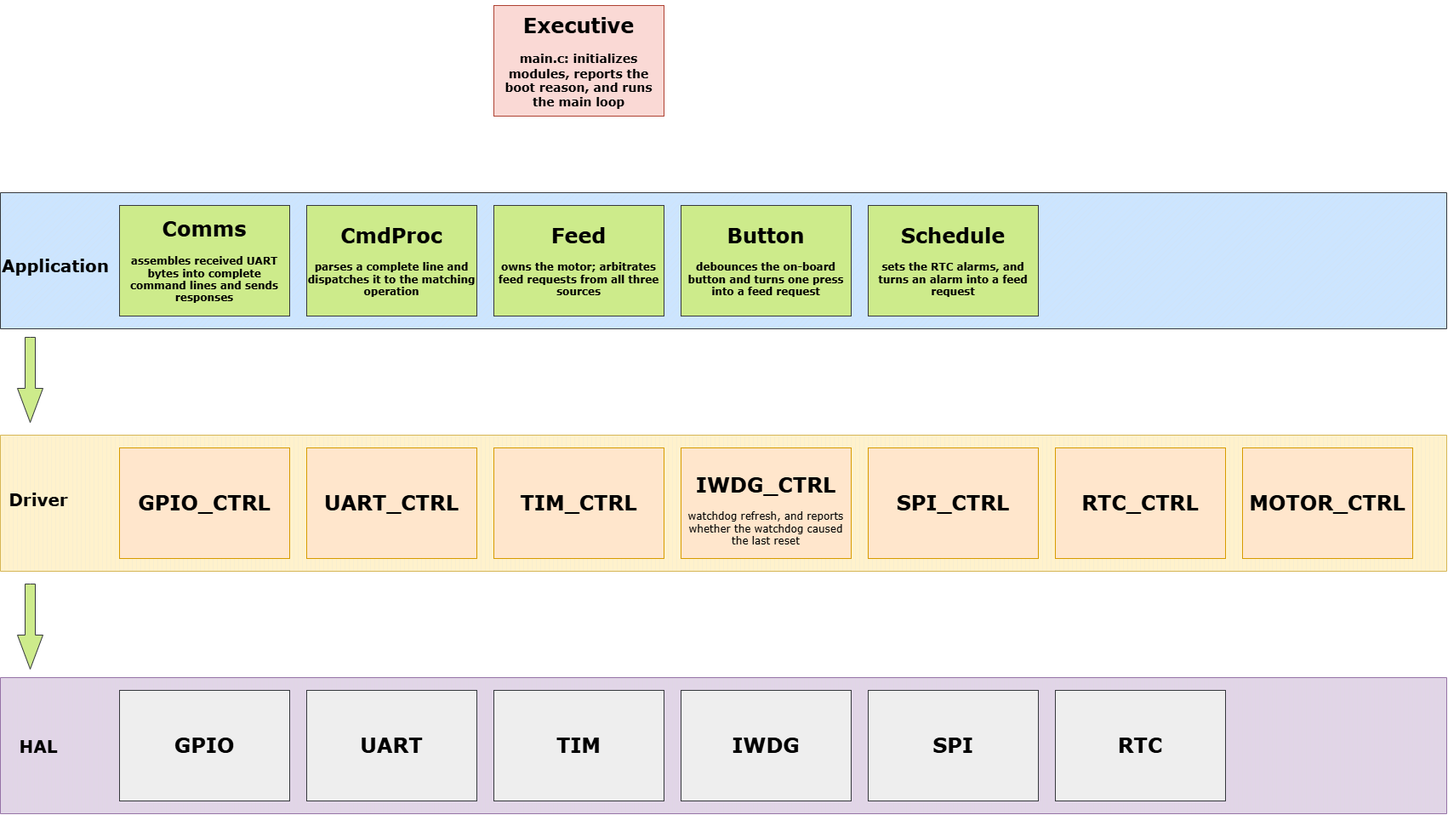
Before: docs/Layered Architecture.png, a diagram exported from draw.io (yuheng2002/FelineGuard). Source tidied: cells renumbered, new cells last; positions are measured from the earlier drawing's top-left corner, leaving out a move shared by most shapes. Its diagram source:
```xml
<mxGraphModel>
  <root>
    <mxCell id="0" />
    <mxCell id="1" parent="0" />
    <mxCell id="2" style="verticalLabelPosition=bottom;verticalAlign=top;html=1;shape=mxgraph.basic.patternFillRect;fillStyle=diag;step=5;fillStrokeWidth=0.2;fillStrokeColor=#dddddd;fontFamily=Verdana;fillColor=#cce5ff;strokeColor=#36393d;" parent="1" vertex="1">
      <mxGeometry y="220" width="1700" height="160" as="geometry" />
    </mxCell>
    <mxCell id="3" style="verticalLabelPosition=bottom;verticalAlign=bottom;html=1;shape=mxgraph.basic.patternFillRect;fillStyle=vert;step=5;fillStrokeWidth=0.2;fillStrokeColor=#dddddd;fontFamily=Verdana;fontSize=12;fontStyle=0;align=center;fillColor=#fff2cc;strokeColor=#d6b656;" parent="1" vertex="1">
      <mxGeometry y="505" width="1700" height="160" as="geometry" />
    </mxCell>
    <mxCell id="4" style="verticalLabelPosition=bottom;verticalAlign=top;html=1;shape=mxgraph.basic.patternFillRect;fillStyle=vert;step=5;fillStrokeWidth=0.2;fillStrokeColor=#dddddd;fontFamily=Verdana;fillColor=#e1d5e7;strokeColor=#9673a6;" parent="1" vertex="1">
      <mxGeometry y="790" width="1700" height="160" as="geometry" />
    </mxCell>
    <mxCell id="5" value="&lt;h1&gt;&lt;font style=&quot;font-size: 20px;&quot;&gt;Driver&lt;/font&gt;&lt;/h1&gt;" style="text;html=1;whiteSpace=wrap;strokeColor=none;fillColor=none;align=center;verticalAlign=middle;rounded=0;fontFamily=Verdana;" parent="1" vertex="1">
      <mxGeometry y="545" width="90" height="70" as="geometry" />
    </mxCell>
    <mxCell id="6" value="&lt;h1&gt;&lt;font style=&quot;font-size: 20px;&quot;&gt;HAL&lt;/font&gt;&lt;/h1&gt;" style="text;html=1;whiteSpace=wrap;strokeColor=none;fillColor=none;align=center;verticalAlign=middle;rounded=0;fontFamily=Verdana;" parent="1" vertex="1">
      <mxGeometry y="835" width="90" height="70" as="geometry" />
    </mxCell>
    <mxCell id="7" value="&lt;h1&gt;&lt;font style=&quot;font-size: 20px;&quot;&gt;Application&lt;/font&gt;&lt;/h1&gt;" style="text;html=1;whiteSpace=wrap;strokeColor=none;fillColor=none;align=center;verticalAlign=middle;rounded=0;fontFamily=Verdana;" parent="1" vertex="1">
      <mxGeometry y="270" width="130" height="70" as="geometry" />
    </mxCell>
    <mxCell id="8" value="&lt;h1&gt;&lt;font&gt;UART_CTRL&lt;/font&gt;&lt;/h1&gt;" style="rounded=0;whiteSpace=wrap;html=1;fillColor=#ffe6cc;strokeColor=#d79b00;fontFamily=Verdana;" parent="1" vertex="1">
      <mxGeometry x="360" y="520" width="200" height="130" as="geometry" />
    </mxCell>
    <mxCell id="9" value="&lt;h1&gt;&lt;font&gt;TIM_CTRL&lt;/font&gt;&lt;/h1&gt;" style="rounded=0;whiteSpace=wrap;html=1;fillColor=#ffe6cc;strokeColor=#d79b00;fontFamily=Verdana;" parent="1" vertex="1">
      <mxGeometry x="580" y="520" width="200" height="130" as="geometry" />
    </mxCell>
    <mxCell id="10" value="&lt;h1&gt;&lt;font&gt;RTC_CTRL&lt;/font&gt;&lt;/h1&gt;" style="rounded=0;whiteSpace=wrap;html=1;fillColor=#ffe6cc;strokeColor=#d79b00;fontFamily=Verdana;" parent="1" vertex="1">
      <mxGeometry x="1240" y="520" width="200" height="130" as="geometry" />
    </mxCell>
    <mxCell id="11" value="&lt;h1&gt;&lt;font&gt;GPIO_CTRL&lt;/font&gt;&lt;/h1&gt;" style="rounded=0;whiteSpace=wrap;html=1;fillColor=#ffe6cc;strokeColor=#d79b00;fontFamily=Verdana;" parent="1" vertex="1">
      <mxGeometry x="140" y="520" width="200" height="130" as="geometry" />
    </mxCell>
    <mxCell id="12" value="&lt;h1&gt;&lt;font&gt;SPI_CTRL&lt;/font&gt;&lt;/h1&gt;" style="rounded=0;whiteSpace=wrap;html=1;fillColor=#ffe6cc;strokeColor=#d79b00;fontFamily=Verdana;" parent="1" vertex="1">
      <mxGeometry x="1020" y="520" width="200" height="130" as="geometry" />
    </mxCell>
    <mxCell id="13" value="&lt;h1&gt;&lt;font&gt;Executive&lt;/font&gt;&lt;/h1&gt;&lt;h3&gt;&lt;code class=&quot;bg-text-200/5 border border-0.5 border-border-300 text-danger-000 whitespace-pre-wrap rounded-[0.4rem] px-1 py-px text-[0.9rem]&quot;&gt;&lt;font face=&quot;Verdana&quot;&gt;main.c&lt;/font&gt;&lt;/code&gt;: initializes modules, reports the boot reason, and runs the main loop&lt;/h3&gt;" style="rounded=0;whiteSpace=wrap;html=1;fontFamily=Verdana;fillColor=#fad9d5;strokeColor=#ae4132;" parent="1" vertex="1">
      <mxGeometry x="580" width="200" height="130" as="geometry" />
    </mxCell>
    <mxCell id="14" value="&lt;h1&gt;&lt;font&gt;GPIO&lt;/font&gt;&lt;/h1&gt;" style="rounded=0;whiteSpace=wrap;html=1;fillColor=#eeeeee;strokeColor=#36393d;fontFamily=Verdana;" parent="1" vertex="1">
      <mxGeometry x="140" y="805" width="200" height="130" as="geometry" />
    </mxCell>
    <mxCell id="15" value="&lt;h1&gt;&lt;font&gt;UART&lt;/font&gt;&lt;/h1&gt;" style="rounded=0;whiteSpace=wrap;html=1;fillColor=#eeeeee;strokeColor=#36393d;fontFamily=Verdana;" parent="1" vertex="1">
      <mxGeometry x="360" y="805" width="200" height="130" as="geometry" />
    </mxCell>
    <mxCell id="16" value="&lt;h1&gt;&lt;font&gt;RTC&lt;/font&gt;&lt;/h1&gt;" style="rounded=0;whiteSpace=wrap;html=1;fillColor=#eeeeee;strokeColor=#36393d;fontFamily=Verdana;" parent="1" vertex="1">
      <mxGeometry x="1240" y="805" width="200" height="130" as="geometry" />
    </mxCell>
    <mxCell id="17" value="&lt;h1&gt;&lt;font&gt;SPI&lt;/font&gt;&lt;/h1&gt;" style="rounded=0;whiteSpace=wrap;html=1;fillColor=#eeeeee;strokeColor=#36393d;fontFamily=Verdana;" parent="1" vertex="1">
      <mxGeometry x="1020" y="805" width="200" height="130" as="geometry" />
    </mxCell>
    <mxCell id="18" value="&lt;h1&gt;&lt;font&gt;IWDG&lt;/font&gt;&lt;/h1&gt;" style="rounded=0;whiteSpace=wrap;html=1;fillColor=#eeeeee;strokeColor=#36393d;fontFamily=Verdana;" parent="1" vertex="1">
      <mxGeometry x="800" y="805" width="200" height="130" as="geometry" />
    </mxCell>
    <mxCell id="19" value="&lt;h1&gt;&lt;font&gt;IWDG_CTRL&lt;/font&gt;&lt;/h1&gt;&lt;div&gt;&lt;font&gt;watchdog refresh, and reports whether the watchdog caused the last reset&lt;/font&gt;&lt;/div&gt;" style="rounded=0;whiteSpace=wrap;html=1;fillColor=#ffe6cc;strokeColor=#d79b00;fontFamily=Verdana;" parent="1" vertex="1">
      <mxGeometry x="800" y="520" width="200" height="130" as="geometry" />
    </mxCell>
    <mxCell id="20" value="&lt;h1&gt;&lt;font&gt;Comms&lt;/font&gt;&lt;/h1&gt;&lt;h4 style=&quot;&quot;&gt;&lt;font&gt;assembles received UART bytes into complete command lines and sends responses&lt;/font&gt;&lt;/h4&gt;" style="rounded=0;whiteSpace=wrap;html=1;fillColor=#cdeb8b;strokeColor=#36393d;fontFamily=Verdana;" parent="1" vertex="1">
      <mxGeometry x="140" y="235" width="200" height="130" as="geometry" />
    </mxCell>
    <mxCell id="21" value="&lt;h1&gt;&lt;font&gt;CmdProc&lt;/font&gt;&lt;/h1&gt;&lt;h4&gt;&lt;font&gt;parses a complete line and dispatches it to the matching operation&lt;/font&gt;&lt;/h4&gt;" style="rounded=0;whiteSpace=wrap;html=1;fillColor=#cdeb8b;strokeColor=#36393d;fontFamily=Verdana;" parent="1" vertex="1">
      <mxGeometry x="360" y="235" width="200" height="130" as="geometry" />
    </mxCell>
    <mxCell id="22" value="&lt;h1&gt;&lt;font&gt;Feed&lt;/font&gt;&lt;/h1&gt;&lt;h4&gt;&lt;font&gt;owns the motor; arbitrates feed requests from all three sources&lt;/font&gt;&lt;/h4&gt;" style="rounded=0;whiteSpace=wrap;html=1;fillColor=#cdeb8b;strokeColor=#36393d;fontFamily=Verdana;" parent="1" vertex="1">
      <mxGeometry x="580" y="235" width="200" height="130" as="geometry" />
    </mxCell>
    <mxCell id="23" value="&lt;h1&gt;&lt;font&gt;TIM&lt;/font&gt;&lt;/h1&gt;" style="rounded=0;whiteSpace=wrap;html=1;fillColor=#eeeeee;strokeColor=#36393d;fontFamily=Verdana;" parent="1" vertex="1">
      <mxGeometry x="580" y="805" width="200" height="130" as="geometry" />
    </mxCell>
    <mxCell id="24" value="&lt;h1&gt;&lt;font&gt;MOTOR_CTRL&lt;/font&gt;&lt;/h1&gt;" style="rounded=0;whiteSpace=wrap;html=1;fillColor=#ffe6cc;strokeColor=#d79b00;fontFamily=Verdana;" parent="1" vertex="1">
      <mxGeometry x="1460" y="520" width="200" height="130" as="geometry" />
    </mxCell>
    <mxCell id="25" style="html=1;shadow=0;dashed=0;align=center;verticalAlign=middle;shape=mxgraph.arrows2.arrow;dy=0.6;dx=40;direction=south;notch=0;fillColor=#cdeb8b;strokeColor=#36393d;fontFamily=Verdana;" parent="1" vertex="1">
      <mxGeometry x="20" y="680" width="30" height="100" as="geometry" />
    </mxCell>
    <mxCell id="26" style="html=1;shadow=0;dashed=0;align=center;verticalAlign=middle;shape=mxgraph.arrows2.arrow;dy=0.6;dx=40;direction=south;notch=0;fillColor=#cdeb8b;strokeColor=#36393d;fontFamily=Verdana;" parent="1" vertex="1">
      <mxGeometry x="20" y="390" width="30" height="100" as="geometry" />
    </mxCell>
    <mxCell id="27" value="&lt;h1&gt;&lt;font&gt;Button&lt;/font&gt;&lt;/h1&gt;&lt;h4&gt;debounces the on-board button and turns one press into a feed request&lt;/h4&gt;" style="rounded=0;whiteSpace=wrap;html=1;fillColor=#cdeb8b;strokeColor=#36393d;fontFamily=Verdana;" parent="1" vertex="1">
      <mxGeometry x="800" y="235" width="200" height="130" as="geometry" />
    </mxCell>
    <mxCell id="28" value="&lt;h1&gt;&lt;font face=&quot;Verdana&quot;&gt;Schedule&lt;/font&gt;&lt;/h1&gt;&lt;h4&gt;sets the RTC alarms, and turns an alarm into a feed request&lt;/h4&gt;" style="rounded=0;whiteSpace=wrap;html=1;fillColor=#cdeb8b;strokeColor=#36393d;fontFamily=Verdana;" parent="1" vertex="1">
      <mxGeometry x="1020" y="235" width="200" height="130" as="geometry" />
    </mxCell>
  </root>
</mxGraphModel>
```
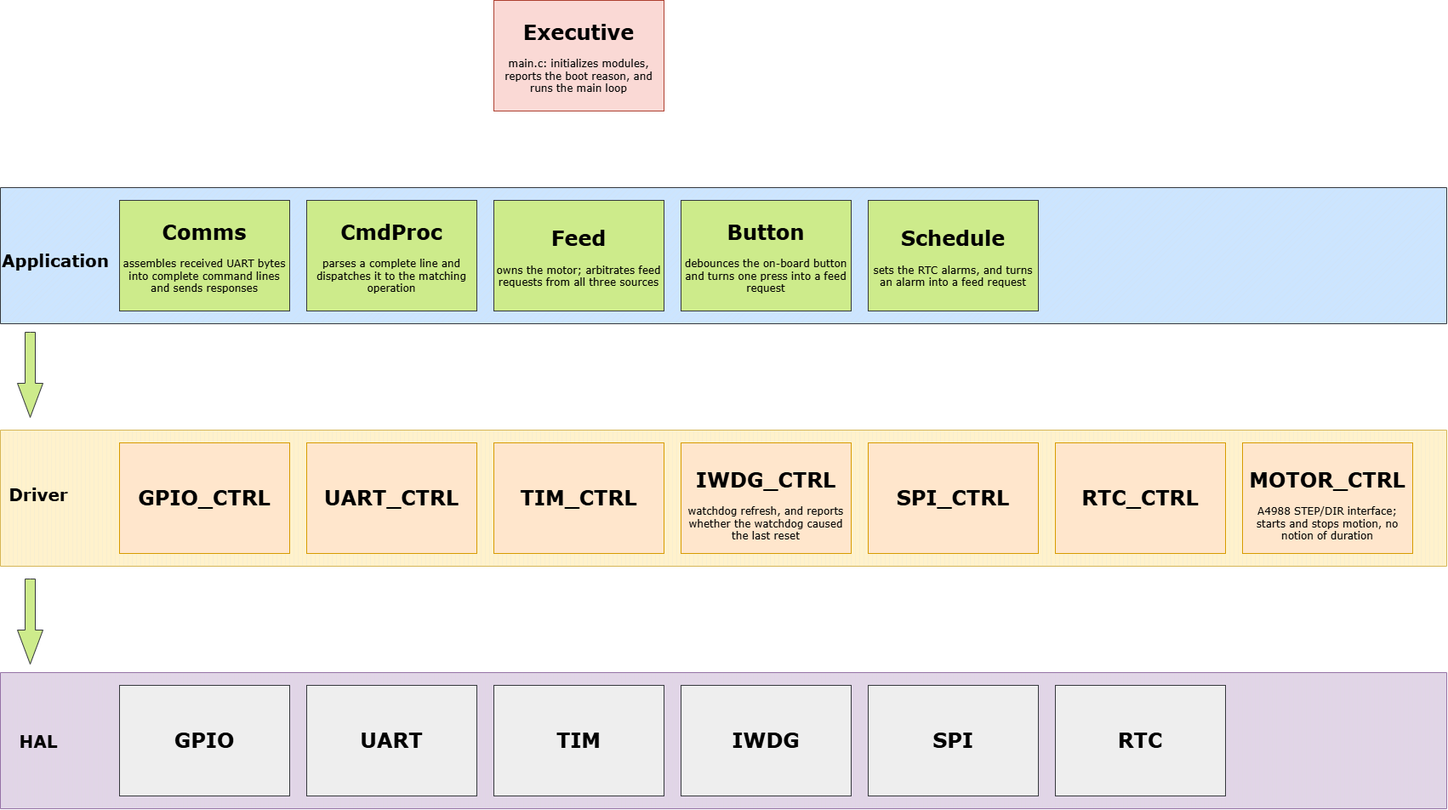
The same file after the commit.

Commit message:
add description to MOTOR_CTRL module

What changed in the source:
```diff
@@ -35,7 +35,7 @@
     <mxCell id="12" value="&lt;h1&gt;&lt;font&gt;SPI_CTRL&lt;/font&gt;&lt;/h1&gt;" style="rounded=0;whiteSpace=wrap;html=1;fillColor=#ffe6cc;strokeColor=#d79b00;fontFamily=Verdana;" parent="1" vertex="1">
       <mxGeometry x="1020" y="520" width="200" height="130" as="geometry" />
     </mxCell>
-    <mxCell id="13" value="&lt;h1&gt;&lt;font&gt;Executive&lt;/font&gt;&lt;/h1&gt;&lt;h3&gt;&lt;code class=&quot;bg-text-200/5 border border-0.5 border-border-300 text-danger-000 whitespace-pre-wrap rounded-[0.4rem] px-1 py-px text-[0.9rem]&quot;&gt;&lt;font face=&quot;Verdana&quot;&gt;main.c&lt;/font&gt;&lt;/code&gt;: initializes modules, reports the boot reason, and runs the main loop&lt;/h3&gt;" style="rounded=0;whiteSpace=wrap;html=1;fontFamily=Verdana;fillColor=#fad9d5;strokeColor=#ae4132;" parent="1" vertex="1">
+    <mxCell id="13" value="&lt;h1&gt;&lt;font&gt;Executive&lt;/font&gt;&lt;/h1&gt;&lt;p&gt;&lt;code class=&quot;bg-text-200/5 border border-0.5 border-border-300 text-danger-000 whitespace-pre-wrap rounded-[0.4rem] px-1 py-px text-[0.9rem]&quot;&gt;&lt;font face=&quot;Verdana&quot;&gt;main.c&lt;/font&gt;&lt;/code&gt;: initializes modules, reports the boot reason, and runs the main loop&lt;/p&gt;" style="rounded=0;whiteSpace=wrap;html=1;fontFamily=Verdana;fillColor=#fad9d5;strokeColor=#ae4132;" parent="1" vertex="1">
       <mxGeometry x="580" width="200" height="130" as="geometry" />
     </mxCell>
     <mxCell id="14" value="&lt;h1&gt;&lt;font&gt;GPIO&lt;/font&gt;&lt;/h1&gt;" style="rounded=0;whiteSpace=wrap;html=1;fillColor=#eeeeee;strokeColor=#36393d;fontFamily=Verdana;" parent="1" vertex="1">
@@ -56,19 +56,19 @@
     <mxCell id="19" value="&lt;h1&gt;&lt;font&gt;IWDG_CTRL&lt;/font&gt;&lt;/h1&gt;&lt;div&gt;&lt;font&gt;watchdog refresh, and reports whether the watchdog caused the last reset&lt;/font&gt;&lt;/div&gt;" style="rounded=0;whiteSpace=wrap;html=1;fillColor=#ffe6cc;strokeColor=#d79b00;fontFamily=Verdana;" parent="1" vertex="1">
       <mxGeometry x="800" y="520" width="200" height="130" as="geometry" />
     </mxCell>
-    <mxCell id="20" value="&lt;h1&gt;&lt;font&gt;Comms&lt;/font&gt;&lt;/h1&gt;&lt;h4 style=&quot;&quot;&gt;&lt;font&gt;assembles received UART bytes into complete command lines and sends responses&lt;/font&gt;&lt;/h4&gt;" style="rounded=0;whiteSpace=wrap;html=1;fillColor=#cdeb8b;strokeColor=#36393d;fontFamily=Verdana;" parent="1" vertex="1">
+    <mxCell id="20" value="&lt;h1&gt;&lt;font&gt;Comms&lt;/font&gt;&lt;/h1&gt;&lt;p style=&quot;&quot;&gt;&lt;font&gt;assembles received UART bytes into complete command lines and sends responses&lt;/font&gt;&lt;/p&gt;" style="rounded=0;whiteSpace=wrap;html=1;fillColor=#cdeb8b;strokeColor=#36393d;fontFamily=Verdana;" parent="1" vertex="1">
       <mxGeometry x="140" y="235" width="200" height="130" as="geometry" />
     </mxCell>
-    <mxCell id="21" value="&lt;h1&gt;&lt;font&gt;CmdProc&lt;/font&gt;&lt;/h1&gt;&lt;h4&gt;&lt;font&gt;parses a complete line and dispatches it to the matching operation&lt;/font&gt;&lt;/h4&gt;" style="rounded=0;whiteSpace=wrap;html=1;fillColor=#cdeb8b;strokeColor=#36393d;fontFamily=Verdana;" parent="1" vertex="1">
+    <mxCell id="21" value="&lt;h1&gt;&lt;font&gt;CmdProc&lt;/font&gt;&lt;/h1&gt;&lt;p&gt;&lt;font&gt;parses a complete line and dispatches it to the matching operation&lt;/font&gt;&lt;/p&gt;" style="rounded=0;whiteSpace=wrap;html=1;fillColor=#cdeb8b;strokeColor=#36393d;fontFamily=Verdana;" parent="1" vertex="1">
       <mxGeometry x="360" y="235" width="200" height="130" as="geometry" />
     </mxCell>
-    <mxCell id="22" value="&lt;h1&gt;&lt;font&gt;Feed&lt;/font&gt;&lt;/h1&gt;&lt;h4&gt;&lt;font&gt;owns the motor; arbitrates feed requests from all three sources&lt;/font&gt;&lt;/h4&gt;" style="rounded=0;whiteSpace=wrap;html=1;fillColor=#cdeb8b;strokeColor=#36393d;fontFamily=Verdana;" parent="1" vertex="1">
+    <mxCell id="22" value="&lt;h1&gt;&lt;font&gt;Feed&lt;/font&gt;&lt;/h1&gt;&lt;p&gt;&lt;font&gt;owns the motor; arbitrates feed requests from all three sources&lt;/font&gt;&lt;/p&gt;" style="rounded=0;whiteSpace=wrap;html=1;fillColor=#cdeb8b;strokeColor=#36393d;fontFamily=Verdana;" parent="1" vertex="1">
       <mxGeometry x="580" y="235" width="200" height="130" as="geometry" />
     </mxCell>
     <mxCell id="23" value="&lt;h1&gt;&lt;font&gt;TIM&lt;/font&gt;&lt;/h1&gt;" style="rounded=0;whiteSpace=wrap;html=1;fillColor=#eeeeee;strokeColor=#36393d;fontFamily=Verdana;" parent="1" vertex="1">
       <mxGeometry x="580" y="805" width="200" height="130" as="geometry" />
     </mxCell>
-    <mxCell id="24" value="&lt;h1&gt;&lt;font&gt;MOTOR_CTRL&lt;/font&gt;&lt;/h1&gt;" style="rounded=0;whiteSpace=wrap;html=1;fillColor=#ffe6cc;strokeColor=#d79b00;fontFamily=Verdana;" parent="1" vertex="1">
+    <mxCell id="24" value="&lt;h1&gt;&lt;font&gt;MOTOR_CTRL&lt;/font&gt;&lt;/h1&gt;&lt;div&gt;&lt;font&gt;A4988 STEP/DIR interface; starts and stops motion, no notion of duration&lt;/font&gt;&lt;/div&gt;" style="rounded=0;whiteSpace=wrap;html=1;fillColor=#ffe6cc;strokeColor=#d79b00;fontFamily=Verdana;" parent="1" vertex="1">
       <mxGeometry x="1460" y="520" width="200" height="130" as="geometry" />
     </mxCell>
     <mxCell id="25" style="html=1;shadow=0;dashed=0;align=center;verticalAlign=middle;shape=mxgraph.arrows2.arrow;dy=0.6;dx=40;direction=south;notch=0;fillColor=#cdeb8b;strokeColor=#36393d;fontFamily=Verdana;" parent="1" vertex="1">
@@ -77,10 +77,10 @@
     <mxCell id="26" style="html=1;shadow=0;dashed=0;align=center;verticalAlign=middle;shape=mxgraph.arrows2.arrow;dy=0.6;dx=40;direction=south;notch=0;fillColor=#cdeb8b;strokeColor=#36393d;fontFamily=Verdana;" parent="1" vertex="1">
       <mxGeometry x="20" y="390" width="30" height="100" as="geometry" />
     </mxCell>
-    <mxCell id="27" value="&lt;h1&gt;&lt;font&gt;Button&lt;/font&gt;&lt;/h1&gt;&lt;h4&gt;debounces the on-board button and turns one press into a feed request&lt;/h4&gt;" style="rounded=0;whiteSpace=wrap;html=1;fillColor=#cdeb8b;strokeColor=#36393d;fontFamily=Verdana;" parent="1" vertex="1">
+    <mxCell id="27" value="&lt;h1&gt;&lt;font&gt;Button&lt;/font&gt;&lt;/h1&gt;&lt;p&gt;debounces the on-board button and turns one press into a feed request&lt;/p&gt;" style="rounded=0;whiteSpace=wrap;html=1;fillColor=#cdeb8b;strokeColor=#36393d;fontFamily=Verdana;" parent="1" vertex="1">
       <mxGeometry x="800" y="235" width="200" height="130" as="geometry" />
     </mxCell>
-    <mxCell id="28" value="&lt;h1&gt;&lt;font face=&quot;Verdana&quot;&gt;Schedule&lt;/font&gt;&lt;/h1&gt;&lt;h4&gt;sets the RTC alarms, and turns an alarm into a feed request&lt;/h4&gt;" style="rounded=0;whiteSpace=wrap;html=1;fillColor=#cdeb8b;strokeColor=#36393d;fontFamily=Verdana;" parent="1" vertex="1">
+    <mxCell id="28" value="&lt;h1&gt;&lt;font face=&quot;Verdana&quot;&gt;Schedule&lt;/font&gt;&lt;/h1&gt;&lt;p&gt;sets the RTC alarms, and turns an alarm into a feed request&lt;/p&gt;" style="rounded=0;whiteSpace=wrap;html=1;fillColor=#cdeb8b;strokeColor=#36393d;fontFamily=Verdana;" parent="1" vertex="1">
       <mxGeometry x="1020" y="235" width="200" height="130" as="geometry" />
     </mxCell>
   </root>
```
